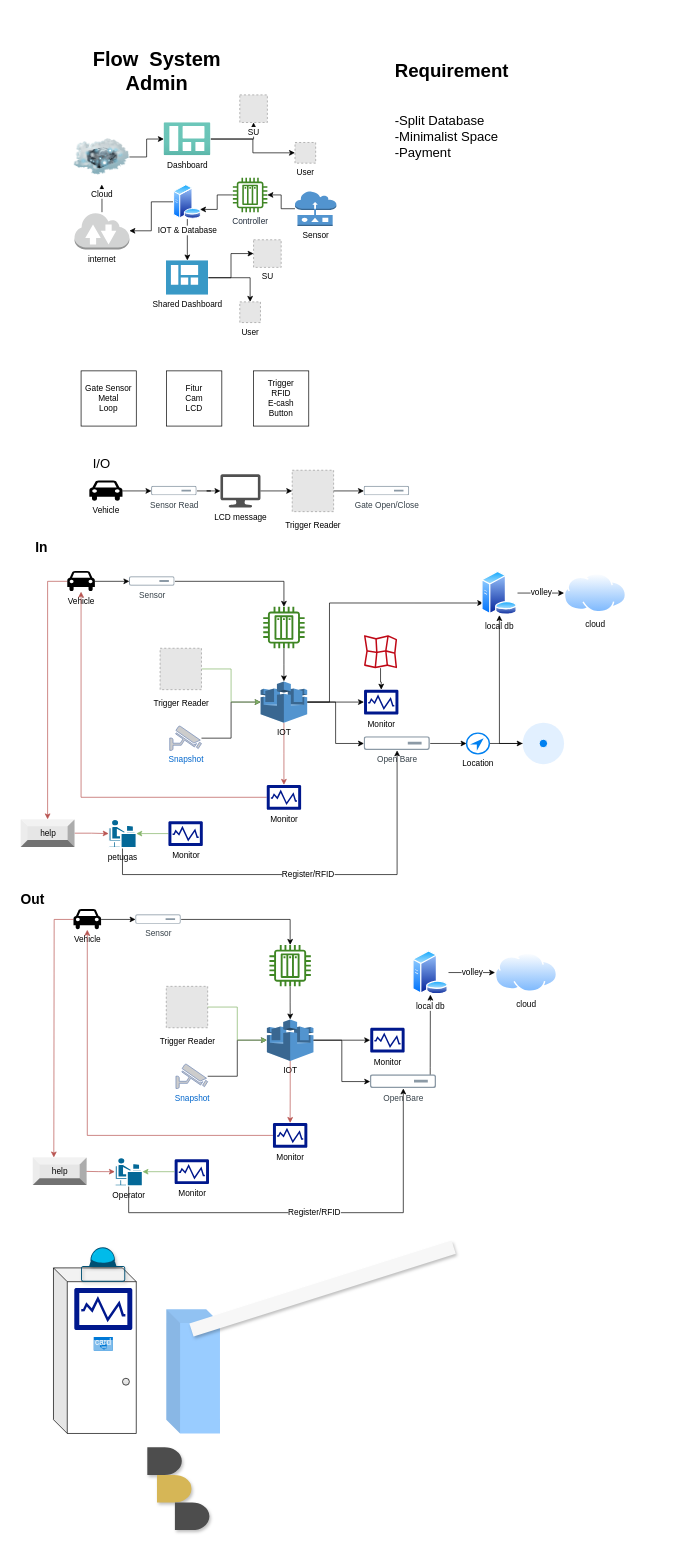
putramelia/metaos keeps this draw.io diagram as MetaOs.drawio. Above is the earlier version. Source tidied: cells renumbered, new cells numbered last; positions are measured from the earlier drawing's top-left corner, leaving out a move shared by most shapes. Both pictures are drawn from the tidied source at 69%, with x=0, y=0 at pixel (12, 19). Pictures stored in the file or linked from it are replaced by grey dashed boxes.
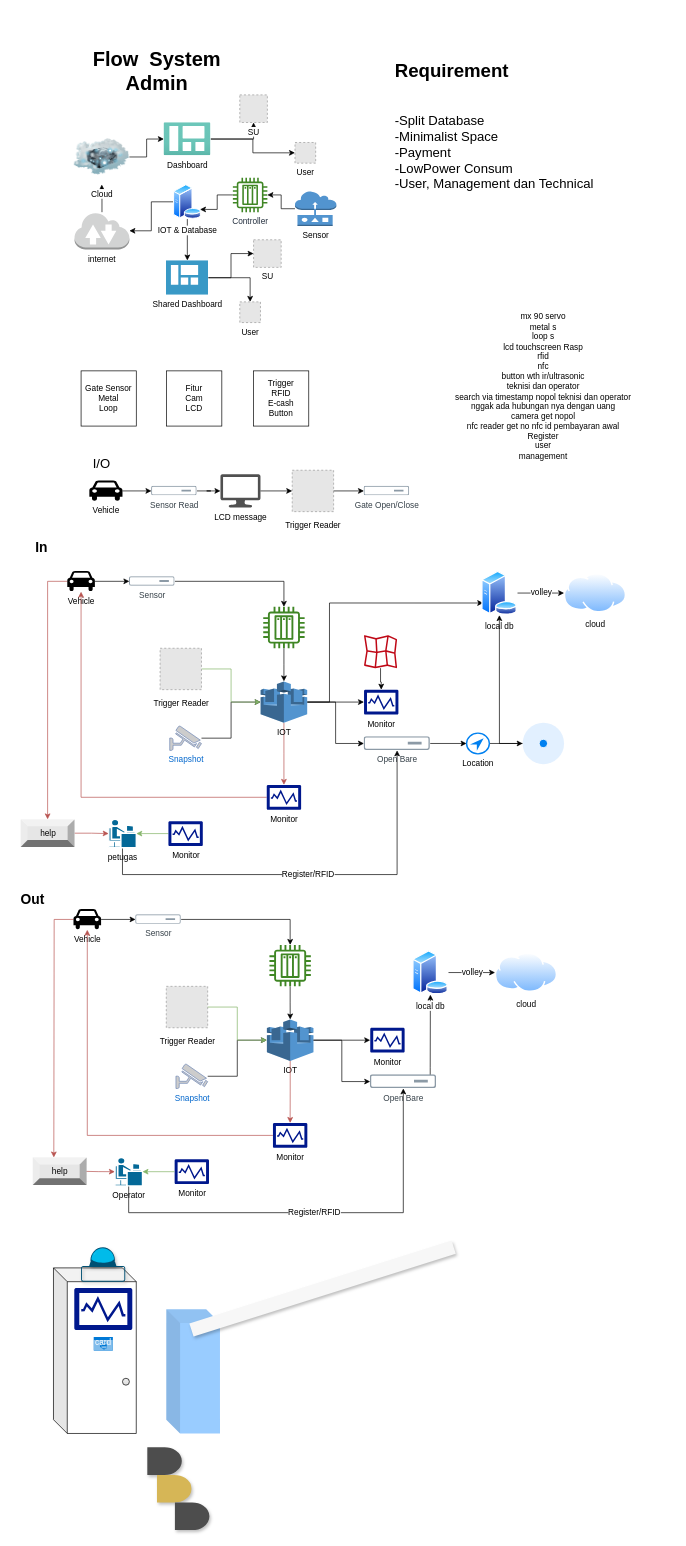
Above is the later version.

Change to the diagram source:
```diff
@@
-    <mxCell id="27" value="&lt;h1 style=&quot;&quot;&gt;&lt;font style=&quot;font-size: 27px;&quot;&gt;Requirement&lt;/font&gt;&lt;/h1&gt;&lt;div style=&quot;font-size: 19px;&quot;&gt;&lt;font style=&quot;font-size: 19px;&quot;&gt;-&lt;/font&gt;&lt;font style=&quot;font-size: 19px;&quot;&gt;Split Database&lt;/font&gt;&lt;/div&gt;&lt;div style=&quot;font-size: 19px;&quot;&gt;&lt;font style=&quot;font-size: 19px;&quot;&gt;-Minimalist Space&lt;/font&gt;&lt;/div&gt;&lt;div style=&quot;font-size: 19px;&quot;&gt;&lt;font style=&quot;font-size: 19px;&quot;&gt;-Payment&lt;/font&gt;&lt;/div&gt;" style="text;html=1;strokeColor=none;fillColor=none;spacing=5;spacingTop=-20;whiteSpace=wrap;overflow=hidden;rounded=0;fontSize=29;" parent="1" vertex="1">
-      <mxGeometry x="550" width="304" height="210" as="geometry" />
+    <mxCell id="27" value="&lt;h1 style=&quot;&quot;&gt;&lt;font style=&quot;font-size: 27px;&quot;&gt;Requirement&lt;/font&gt;&lt;/h1&gt;&lt;div style=&quot;font-size: 19px;&quot;&gt;&lt;font style=&quot;font-size: 19px;&quot;&gt;-&lt;/font&gt;&lt;font style=&quot;font-size: 19px;&quot;&gt;Split Database&lt;/font&gt;&lt;/div&gt;&lt;div style=&quot;font-size: 19px;&quot;&gt;&lt;font style=&quot;font-size: 19px;&quot;&gt;-Minimalist Space&lt;/font&gt;&lt;/div&gt;&lt;div style=&quot;font-size: 19px;&quot;&gt;&lt;font style=&quot;font-size: 19px;&quot;&gt;-Payment&lt;/font&gt;&lt;/div&gt;&lt;div style=&quot;font-size: 19px;&quot;&gt;&lt;font style=&quot;font-size: 19px;&quot;&gt;-LowPower Consum&lt;/font&gt;&lt;/div&gt;&lt;div style=&quot;font-size: 19px;&quot;&gt;&lt;font style=&quot;font-size: 19px;&quot;&gt;-User, Management dan Technical&lt;/font&gt;&lt;/div&gt;" style="text;html=1;strokeColor=none;fillColor=none;spacing=5;spacingTop=-20;whiteSpace=wrap;overflow=hidden;rounded=0;fontSize=29;" parent="1" vertex="1">
+      <mxGeometry x="550" width="304" height="250" as="geometry" />
     </mxCell>
@@
+    <mxCell id="122" value="&lt;div&gt;mx 90 servo&lt;/div&gt;&lt;div&gt;metal s&lt;/div&gt;&lt;div&gt;loop s&lt;/div&gt;&lt;div&gt;lcd touchscreen Rasp&lt;/div&gt;&lt;div&gt;rfid&lt;/div&gt;&lt;div&gt;nfc&lt;/div&gt;&lt;div&gt;button wth ir/ultrasonic&lt;/div&gt;&lt;div&gt;teknisi dan operator&lt;/div&gt;&lt;div&gt;search via timestamp nopol teknisi dan operator&lt;/div&gt;&lt;div&gt;nggak ada hubungan nya dengan uang&lt;/div&gt;&lt;div&gt;camera get nopol&lt;br&gt;nfc reader get no nfc id pembayaran awal&lt;/div&gt;&lt;div&gt;Register&lt;/div&gt;&lt;div&gt;user&lt;/div&gt;&lt;div&gt;management&lt;/div&gt;&lt;div&gt;&lt;br&gt;&lt;/div&gt;" style="text;html=1;strokeColor=none;fillColor=none;align=center;verticalAlign=middle;whiteSpace=wrap;rounded=0;" parent="1" vertex="1">
+      <mxGeometry x="580" y="340" width="380" height="400" as="geometry" />
+    </mxCell>
```
